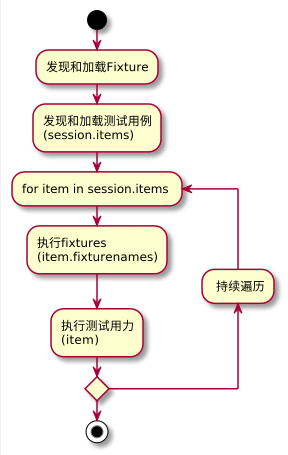
Before: tester/pytest/docs/fixture_workflow.png, a diagram exported from PlantUML (zhengtong0898/notebook). Its source is kept beside it as tester/pytest/docs/fixture_workflow.plantuml.
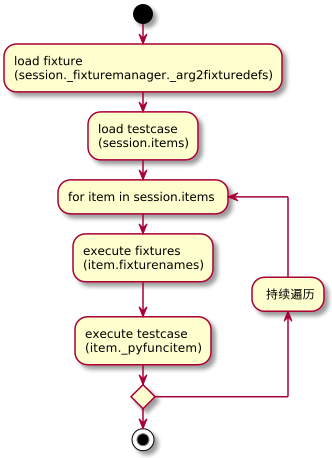
After the change.

Commit message:
pytest: 增加<fixture的加载(load)的工作流程图>

The edit, as a diff of the source:
```diff
@@ -2,13 +2,13 @@
 
 start
 
-:发现和加载Fixture;
+:load fixture\n(session._fixturemanager._arg2fixturedefs);
 
-:发现和加载测试用例\n(session.items);
+:load testcase\n(session.items);
 
 repeat :for item in session.items ;
-    :执行fixtures\n(item.fixturenames);
-    :执行测试用力\n(item);
+    :execute fixtures\n(item.fixturenames);
+    :execute testcase\n(item._pyfuncitem);
 backward: 持续遍历;
 repeat while ();
 
```
